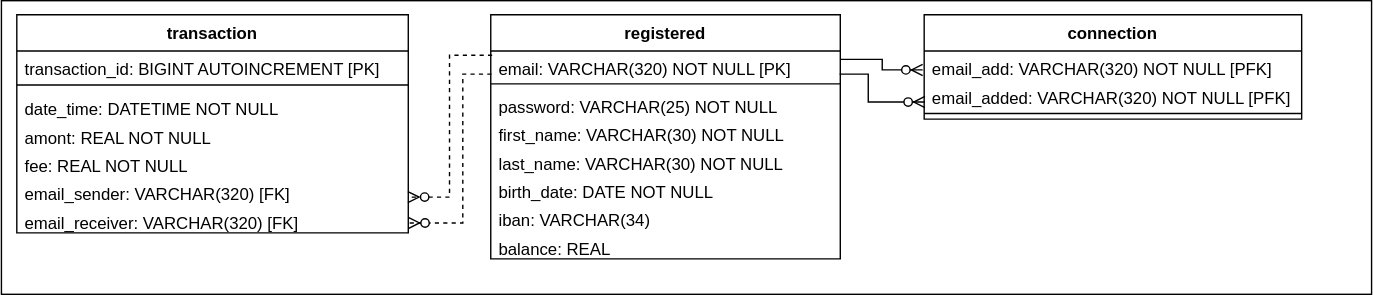
The draw.io diagram UML/payMyBuddyUML-MLD.svg in emmo78/com.paymybuddy.paymybuddy, before a commit. Source tidied: cells renumbered, new cells last; positions are measured from the earlier drawing's top-left corner, leaving out a move shared by most shapes.
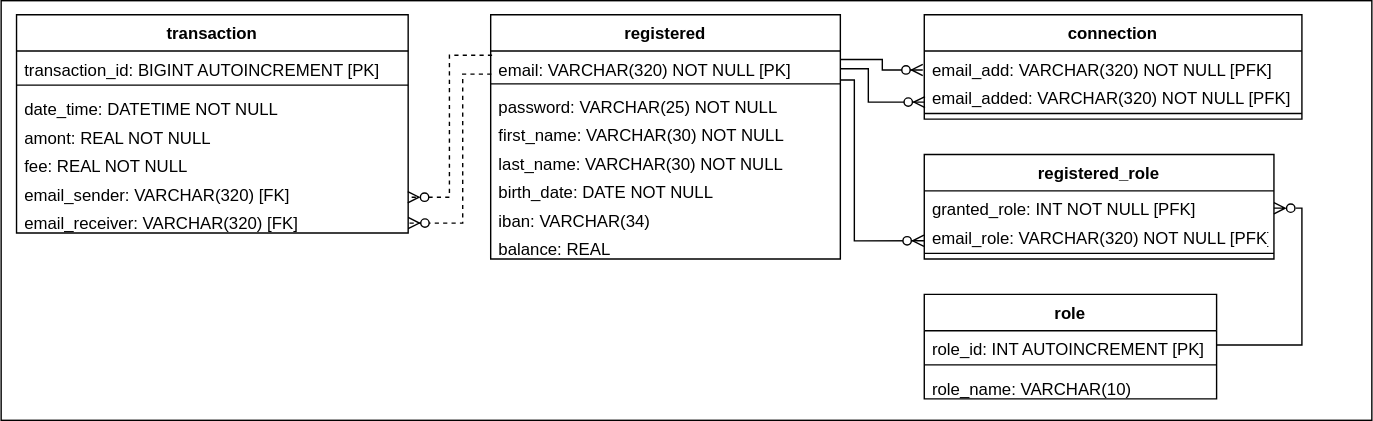
After the change.

Diff of the diagram source:
```diff
@@ -3,7 +3,7 @@
     <mxCell id="0" />
     <mxCell id="1" parent="0" />
     <mxCell id="2" style="rounded=0;whiteSpace=wrap;html=1;" parent="1" vertex="1">
-      <mxGeometry width="980" height="210" as="geometry" />
+      <mxGeometry width="980" height="300" as="geometry" />
     </mxCell>
     <mxCell id="3" value="transaction" style="swimlane;fontStyle=1;align=center;verticalAlign=top;horizontal=1;startSize=26;" parent="1" vertex="1">
       <mxGeometry x="11" y="10" width="280" height="156.1" as="geometry" />
@@ -71,10 +71,10 @@
     <mxCell id="24" style="fontSize=12;html=1;endArrow=ERzeroToMany;endFill=1;rounded=0;strokeColor=#000000;entryX=-0.004;entryY=0.664;entryDx=0;entryDy=0;entryPerimeter=0;exitX=1;exitY=0.295;exitDx=0;exitDy=0;exitPerimeter=0;edgeStyle=orthogonalEdgeStyle;" parent="1" edge="1" source="16" target="12">
       <mxGeometry relative="1" as="geometry" />
     </mxCell>
-    <mxCell id="25" style="fontSize=12;html=1;endArrow=ERzeroToMany;endFill=1;rounded=0;strokeColor=#000000;entryX=0.002;entryY=0.794;entryDx=0;entryDy=0;exitX=0.998;exitY=0.811;exitDx=0;exitDy=0;exitPerimeter=0;entryPerimeter=0;edgeStyle=orthogonalEdgeStyle;" parent="1" edge="1" source="16" target="13">
+    <mxCell id="25" style="fontSize=12;html=1;endArrow=ERzeroToMany;endFill=1;rounded=0;strokeColor=#000000;entryX=0.002;entryY=0.794;entryDx=0;entryDy=0;exitX=0.999;exitY=0.623;exitDx=0;exitDy=0;exitPerimeter=0;entryPerimeter=0;edgeStyle=orthogonalEdgeStyle;" parent="1" edge="1" source="16" target="13">
       <mxGeometry relative="1" as="geometry">
         <Array as="points">
-          <mxPoint x="620" y="53" />
+          <mxPoint x="620" y="49" />
           <mxPoint x="620" y="73" />
         </Array>
       </mxGeometry>
@@ -90,5 +90,45 @@
         </Array>
       </mxGeometry>
     </mxCell>
+    <mxCell id="28" value="registered_role" style="swimlane;fontStyle=1;align=center;verticalAlign=top;horizontal=1;startSize=26;" parent="1" vertex="1">
+      <mxGeometry x="660" y="110" width="250" height="74.7" as="geometry" />
+    </mxCell>
+    <mxCell id="29" value="granted_role: INT NOT NULL [PFK]" style="text;strokeColor=none;fillColor=none;align=left;verticalAlign=top;spacingLeft=4;spacingRight=4;overflow=hidden;points=[[0,0.5],[1,0.5]];portConstraint=eastwest;" parent="28" vertex="1">
+      <mxGeometry y="26" width="250" height="20.3" as="geometry" />
+    </mxCell>
+    <mxCell id="30" value="email_role: VARCHAR(320) NOT NULL [PFK]" style="text;strokeColor=none;fillColor=none;align=left;verticalAlign=top;spacingLeft=4;spacingRight=4;overflow=hidden;points=[[0,0.5],[1,0.5]];portConstraint=eastwest;" parent="28" vertex="1">
+      <mxGeometry y="46.3" width="250" height="20.3" as="geometry" />
+    </mxCell>
+    <mxCell id="31" style="line;strokeWidth=1;fillColor=none;align=left;verticalAlign=middle;spacingTop=-1;spacingLeft=3;spacingRight=3;labelPosition=right;" parent="28" vertex="1">
+      <mxGeometry y="66.7" width="250" height="8" as="geometry" />
+    </mxCell>
+    <mxCell id="32" value="role" style="swimlane;fontStyle=1;align=center;verticalAlign=top;horizontal=1;startSize=26;" parent="1" vertex="1">
+      <mxGeometry x="660" y="210" width="209" height="74.7" as="geometry" />
+    </mxCell>
+    <mxCell id="33" value="role_id: INT AUTOINCREMENT [PK]" style="text;strokeColor=none;fillColor=none;align=left;verticalAlign=top;spacingLeft=4;spacingRight=4;overflow=hidden;points=[[0,0.5],[1,0.5]];portConstraint=eastwest;" parent="32" vertex="1">
+      <mxGeometry y="26" width="209" height="20.3" as="geometry" />
+    </mxCell>
+    <mxCell id="34" style="line;strokeWidth=1;fillColor=none;align=left;verticalAlign=middle;spacingTop=-1;spacingLeft=3;spacingRight=3;labelPosition=right;" parent="32" vertex="1">
+      <mxGeometry y="46.3" width="209" height="8" as="geometry" />
+    </mxCell>
+    <mxCell id="35" value="role_name: VARCHAR(10)" style="text;strokeColor=none;fillColor=none;align=left;verticalAlign=top;spacingLeft=4;spacingRight=4;overflow=hidden;" parent="32" vertex="1">
+      <mxGeometry y="54.3" width="209" height="20.3" as="geometry" />
+    </mxCell>
+    <mxCell id="36" style="fontSize=12;html=1;endArrow=ERzeroToMany;endFill=1;rounded=0;strokeColor=#000000;exitX=1.001;exitY=1.016;exitDx=0;exitDy=0;exitPerimeter=0;entryX=-0.001;entryY=0.754;entryDx=0;entryDy=0;entryPerimeter=0;edgeStyle=orthogonalEdgeStyle;" parent="1" edge="1" source="16" target="30">
+      <mxGeometry relative="1" as="geometry">
+        <Array as="points">
+          <mxPoint x="610" y="57" />
+          <mxPoint x="610" y="172" />
+        </Array>
+      </mxGeometry>
+    </mxCell>
+    <mxCell id="37" style="fontSize=12;html=1;endArrow=none;endFill=0;rounded=0;strokeColor=#000000;exitX=1;exitY=0.607;exitDx=0;exitDy=0;exitPerimeter=0;entryX=1;entryY=0.5;entryDx=0;entryDy=0;edgeStyle=orthogonalEdgeStyle;startArrow=ERzeroToMany;startFill=0;" parent="1" edge="1" source="29" target="33">
+      <mxGeometry relative="1" as="geometry">
+        <Array as="points">
+          <mxPoint x="930" y="148" />
+          <mxPoint x="930" y="246" />
+        </Array>
+      </mxGeometry>
+    </mxCell>
   </root>
 </mxGraphModel>
```
